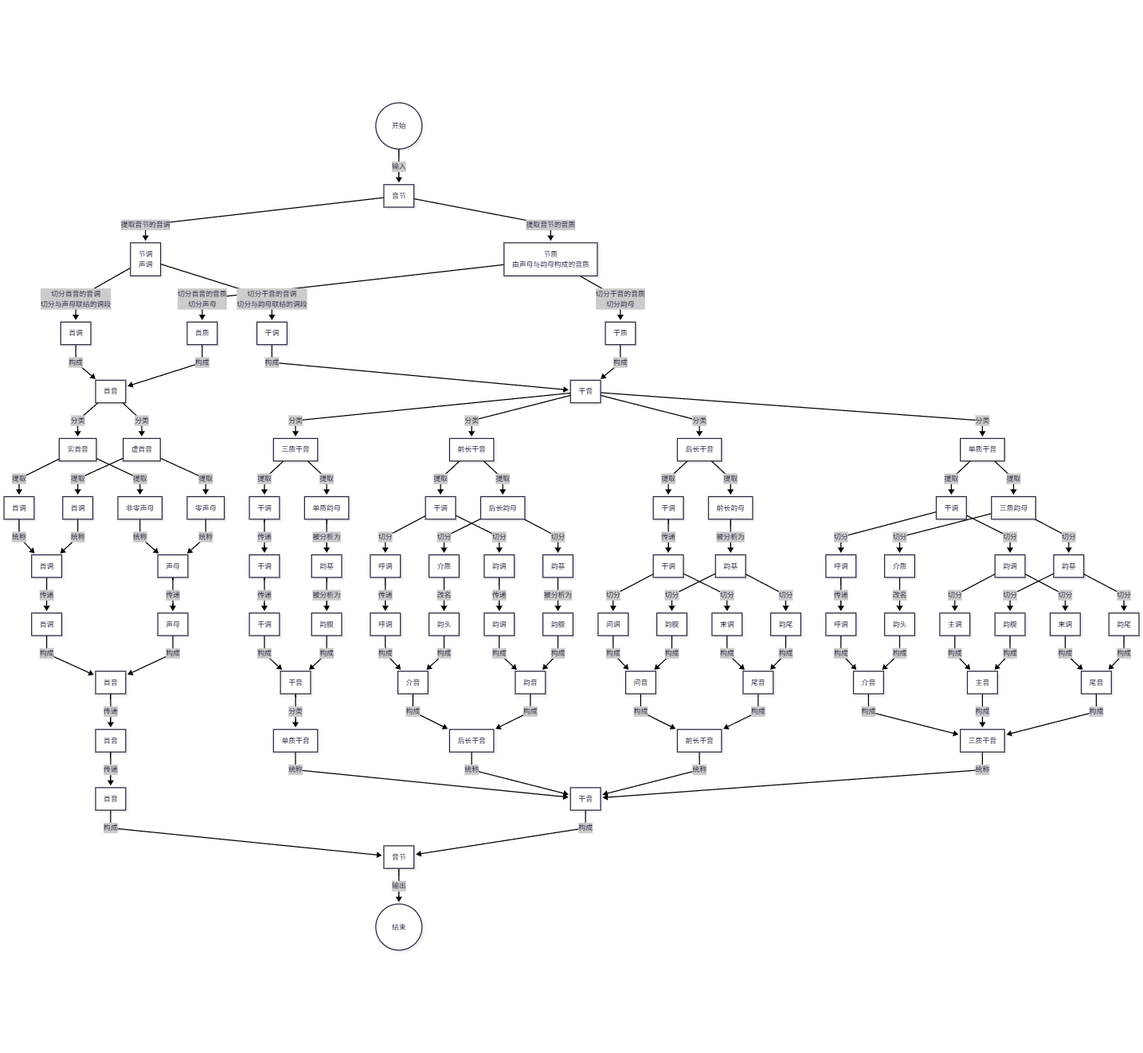
Before: YIME_Theory/flowchart/唱音分析流程.png, a diagram exported from Mermaid (tsaanghwang/Yime-prototype). Its source is kept beside it as YIME_Theory/flowchart/唱音分析流程.mmd.
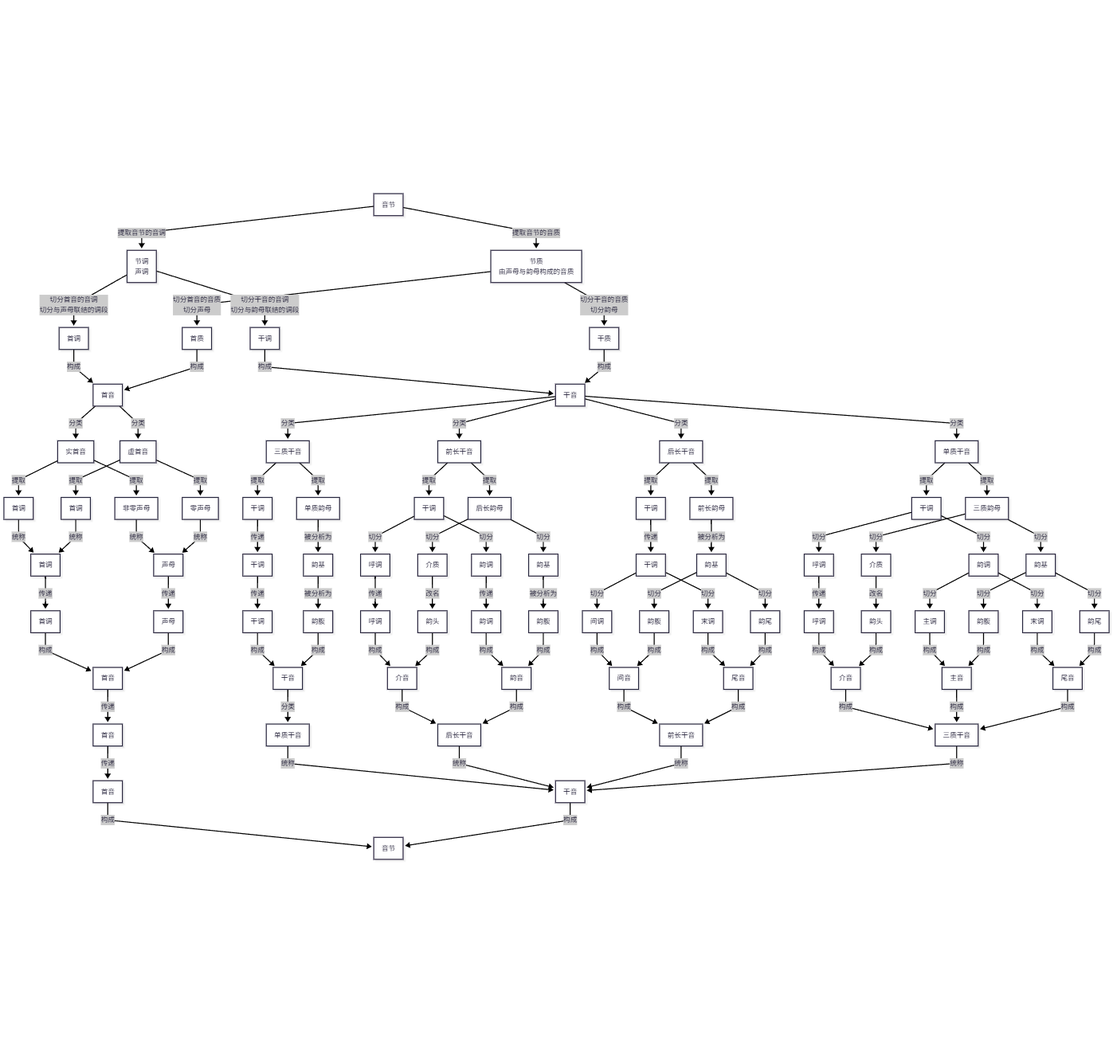
After the commit.

What changed in the source:
```diff
@@ -1,5 +1,5 @@
 graph TB
-    Start((开始)) --> |输入|A[音节]
+    A[音节]
         A --> |提取音节的音调|B[节调<br>声调]
         A --> |提取音节的音质|C[节质<br>由声母与韵母构成的音质]
 
@@ -116,4 +116,3 @@
 
         R1 --> |构成|S
         R6 --> |构成|S[音节]
-    S --> |输出|End((结束))
```
